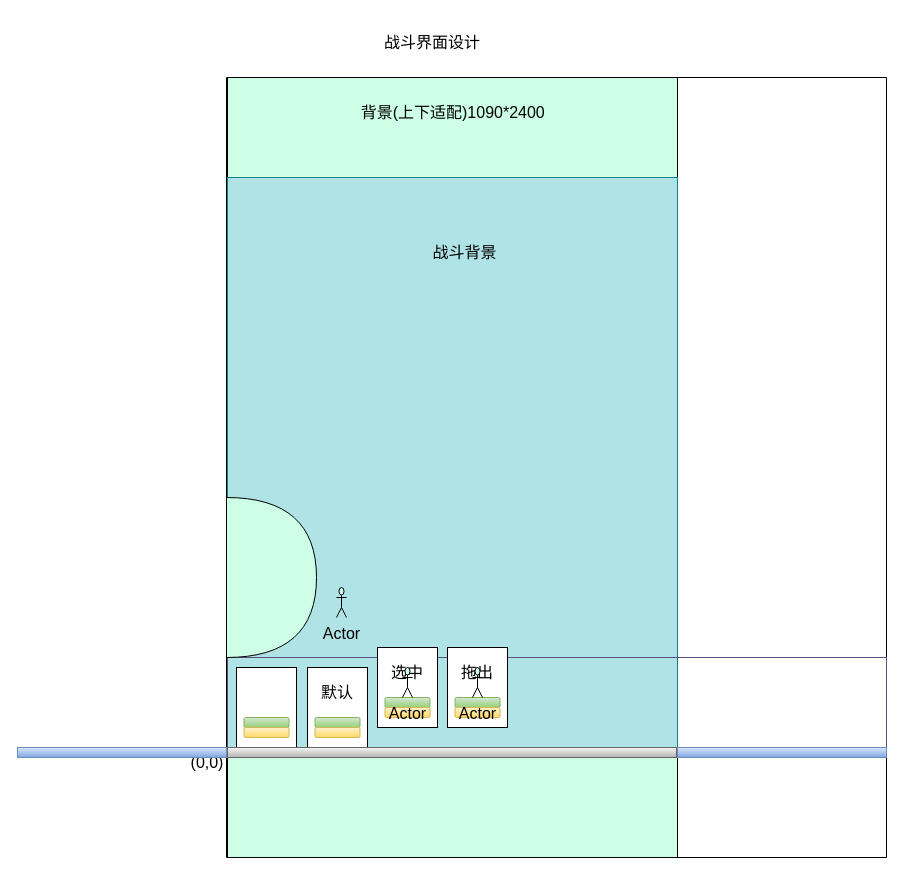
605682883/flowPhoto keeps this draw.io diagram as page "Page-9" (9 of 9) of Untitled Diagram.drawio. Above is the earlier version. Source tidied: cells renumbered, new cells numbered last; positions are measured from the earlier drawing's top-left corner, leaving out a move shared by most shapes. Both pictures are drawn from the tidied source at 100%, with x=0, y=0 at pixel (17, 17).
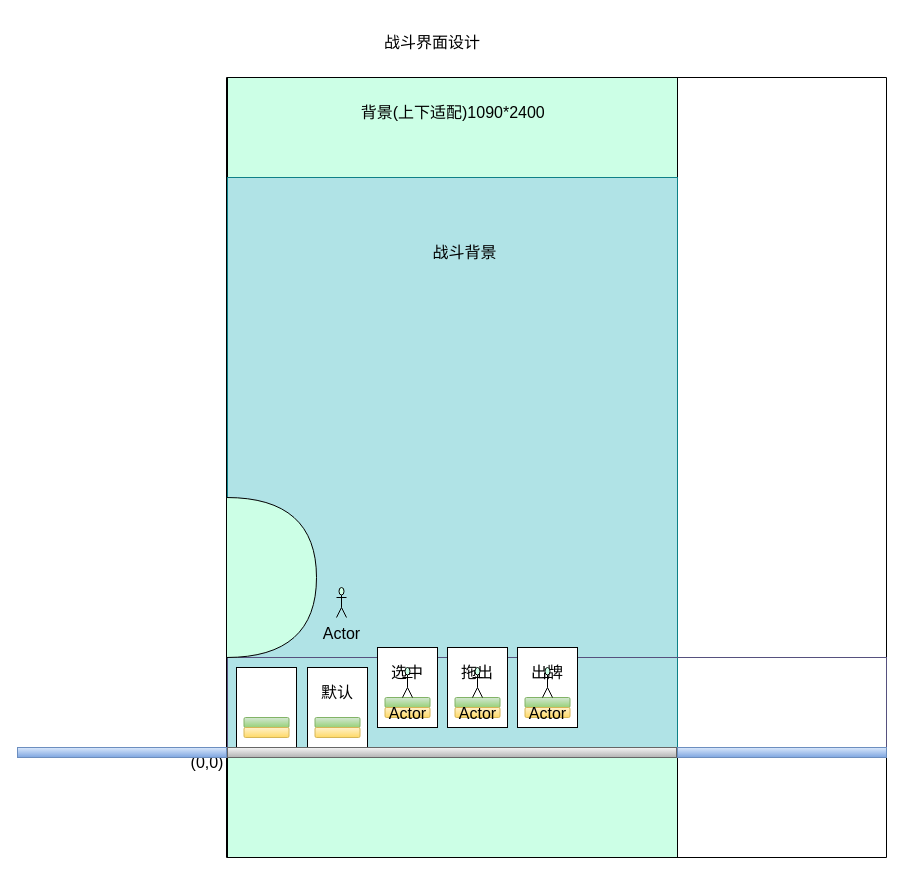
The same diagram, later.

The change refers to these unchanged cells:
```xml
<mxCell id="4" style="swimlane;startSize=0;fontSize=16;" parent="1" vertex="1">
  <mxGeometry x="209" y="60" width="660" height="780" as="geometry" />
</mxCell>
```

Change to the diagram source:
```diff
@@
+    <mxCell id="36" style="group;" parent="4" vertex="1">
+      <mxGeometry x="291" y="570" width="60" height="80" as="geometry" />
+    </mxCell>
+    <mxCell id="37" style="rounded=0;whiteSpace=wrap;html=1;fontSize=16;fillColor=#FFFFFF;" parent="36" vertex="1">
+      <mxGeometry width="60" height="80" as="geometry" />
+    </mxCell>
+    <mxCell id="38" style="rounded=1;whiteSpace=wrap;html=1;fontSize=16;fillColor=#d5e8d4;gradientColor=#97d077;strokeColor=#82b366;" parent="36" vertex="1">
+      <mxGeometry x="7.5" y="50" width="45" height="10" as="geometry" />
+    </mxCell>
+    <mxCell id="39" style="rounded=1;whiteSpace=wrap;html=1;fontSize=16;fillColor=#fff2cc;gradientColor=#ffd966;strokeColor=#d6b656;" parent="36" vertex="1">
+      <mxGeometry x="7.5" y="60" width="45" height="10" as="geometry" />
+    </mxCell>
+    <mxCell id="40" value="出牌" style="text;html=1;strokeColor=none;fillColor=none;align=center;verticalAlign=middle;whiteSpace=wrap;rounded=0;fontSize=16;" parent="36" vertex="1">
+      <mxGeometry y="10" width="60" height="30" as="geometry" />
+    </mxCell>
+    <mxCell id="41" value="Actor" style="shape=umlActor;verticalLabelPosition=bottom;verticalAlign=top;html=1;fontSize=16;fillColor=#CCFFE6;" parent="36" vertex="1">
+      <mxGeometry x="25" y="20" width="10" height="30" as="geometry" />
+    </mxCell>
```
